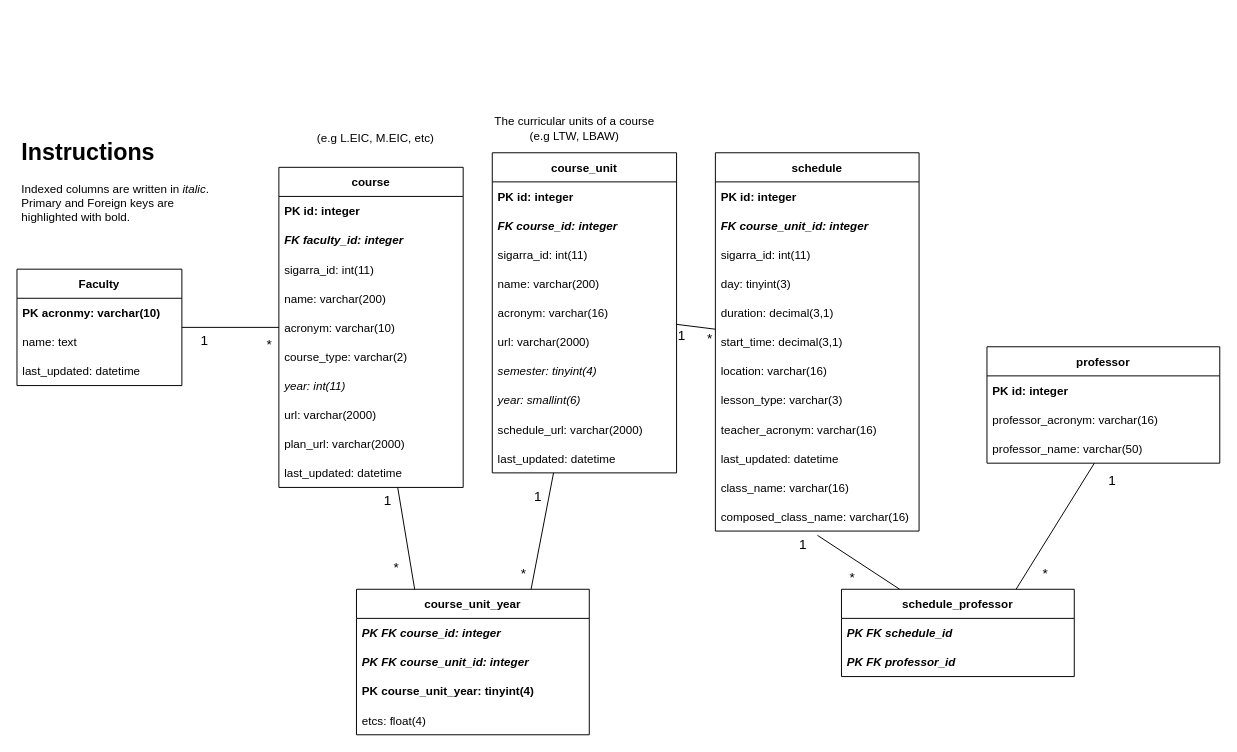
The draw.io diagram docs/schema.drawio in NIAEFEUP/uporto-schedule-scrapper, before the edit. Source tidied: cells renumbered, new cells numbered last; positions are measured from the earlier drawing's top-left corner, leaving out a move shared by most shapes. Both pictures are drawn from the tidied source at 97%, with x=0, y=0 at pixel (16, 113).
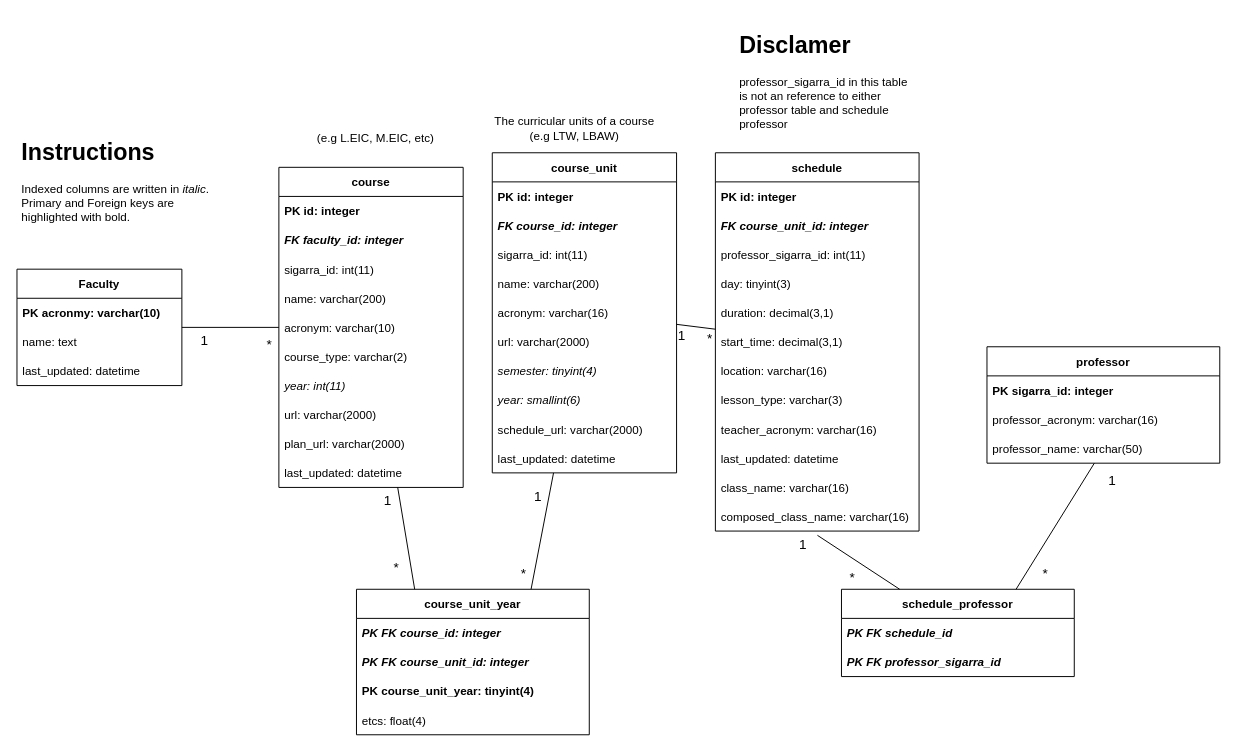
Above is the later version.

Commit message (it also covers changes not shown here):
fix: fields in schema

Unchanged cells that the change refers to:
```xml
<mxCell id="18" value="schedule" style="swimlane;fontStyle=1;horizontal=1;startSize=30;" parent="1" vertex="1">
  <mxGeometry x="720" y="40" width="210" height="390" as="geometry" />
</mxCell>
<mxCell id="61" value="professor" style="swimlane;fontStyle=1;horizontal=1;startSize=30;" parent="1" vertex="1">
  <mxGeometry x="1000" y="240" width="240" height="120" as="geometry" />
</mxCell>
<mxCell id="65" value="schedule_professor" style="swimlane;fontStyle=1;horizontal=1;startSize=30;" parent="1" vertex="1">
  <mxGeometry x="850" y="490" width="240" height="90" as="geometry" />
</mxCell>
```

The edit, as a diff of the source:
```diff
@@
-    <mxCell id="21" value="sigarra_id: int(11)" style="text;strokeColor=none;fillColor=none;align=left;verticalAlign=middle;spacingLeft=4;spacingRight=4;overflow=hidden;fontStyle=0;" parent="18" vertex="1">
+    <mxCell id="21" value="professor_sigarra_id: int(11)" style="text;strokeColor=none;fillColor=none;align=left;verticalAlign=middle;spacingLeft=4;spacingRight=4;overflow=hidden;fontStyle=0;" parent="18" vertex="1">
       <mxGeometry y="90" width="210" height="30" as="geometry" />
     </mxCell>
@@
-    <mxCell id="62" value="PK id: integer" style="text;strokeColor=none;fillColor=none;align=left;verticalAlign=middle;spacingLeft=4;spacingRight=4;overflow=hidden;fontStyle=1;" parent="61" vertex="1">
+    <mxCell id="62" value="PK sigarra_id: integer" style="text;strokeColor=none;fillColor=none;align=left;verticalAlign=middle;spacingLeft=4;spacingRight=4;overflow=hidden;fontStyle=1;" parent="61" vertex="1">
       <mxGeometry y="30" width="240" height="30" as="geometry" />
     </mxCell>
@@
-    <mxCell id="67" value="PK FK professor_id" style="text;strokeColor=none;fillColor=none;align=left;verticalAlign=middle;spacingLeft=4;spacingRight=4;overflow=hidden;fontStyle=3;" parent="65" vertex="1">
+    <mxCell id="67" value="PK FK professor_sigarra_id" style="text;strokeColor=none;fillColor=none;align=left;verticalAlign=middle;spacingLeft=4;spacingRight=4;overflow=hidden;fontStyle=3;" parent="65" vertex="1">
       <mxGeometry y="60" width="240" height="30" as="geometry" />
     </mxCell>
@@
+    <mxCell id="75" value="&lt;h1&gt;Disclamer&lt;/h1&gt;&lt;p&gt;&lt;span style=&quot;border-color: var(--border-color); text-align: center;&quot;&gt;professor_sigarra_id in this table is not an reference to either professor table and schedule professor&lt;/span&gt;&lt;br&gt;&lt;/p&gt;" style="text;html=1;strokeColor=none;fillColor=none;spacing=5;spacingTop=-20;whiteSpace=wrap;overflow=hidden;rounded=0;" parent="1" vertex="1">
+      <mxGeometry x="740" y="-90" width="190" height="120" as="geometry" />
+    </mxCell>
```
